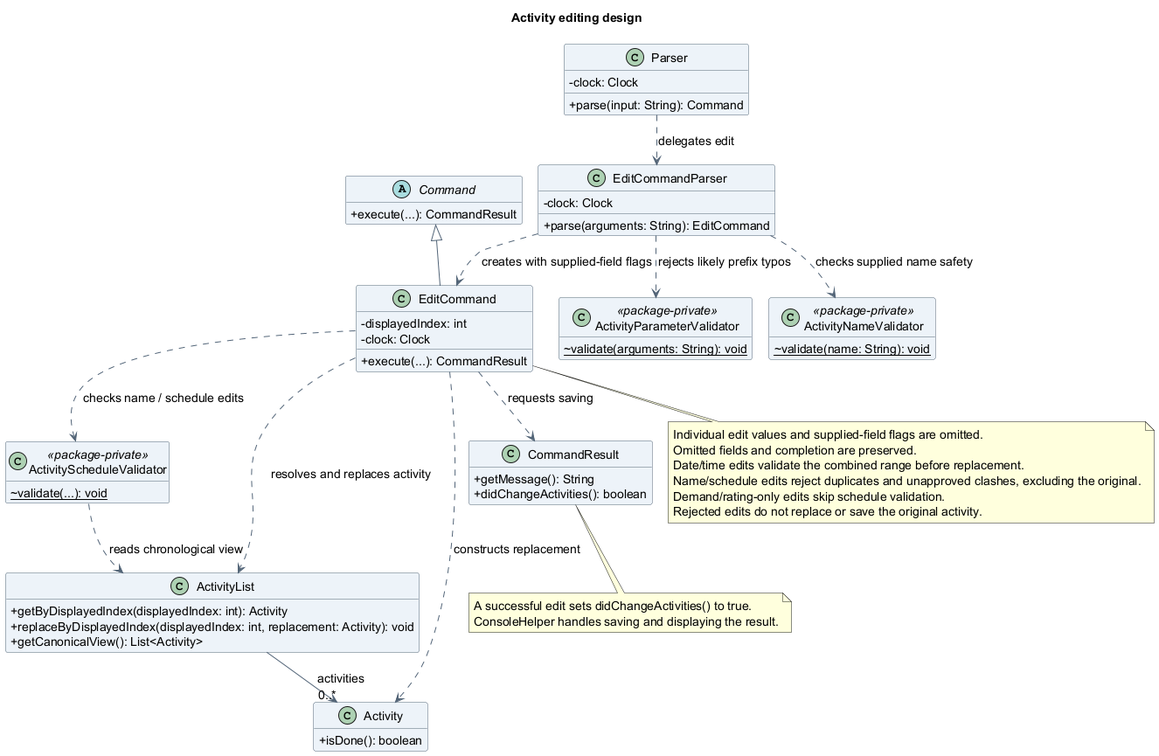
AY2627S1-CS2113-T10-4/tp keeps this PlantUML diagram as docs/images/oliver/class/EditActivityClassDiagram.png. Above is the earlier version.
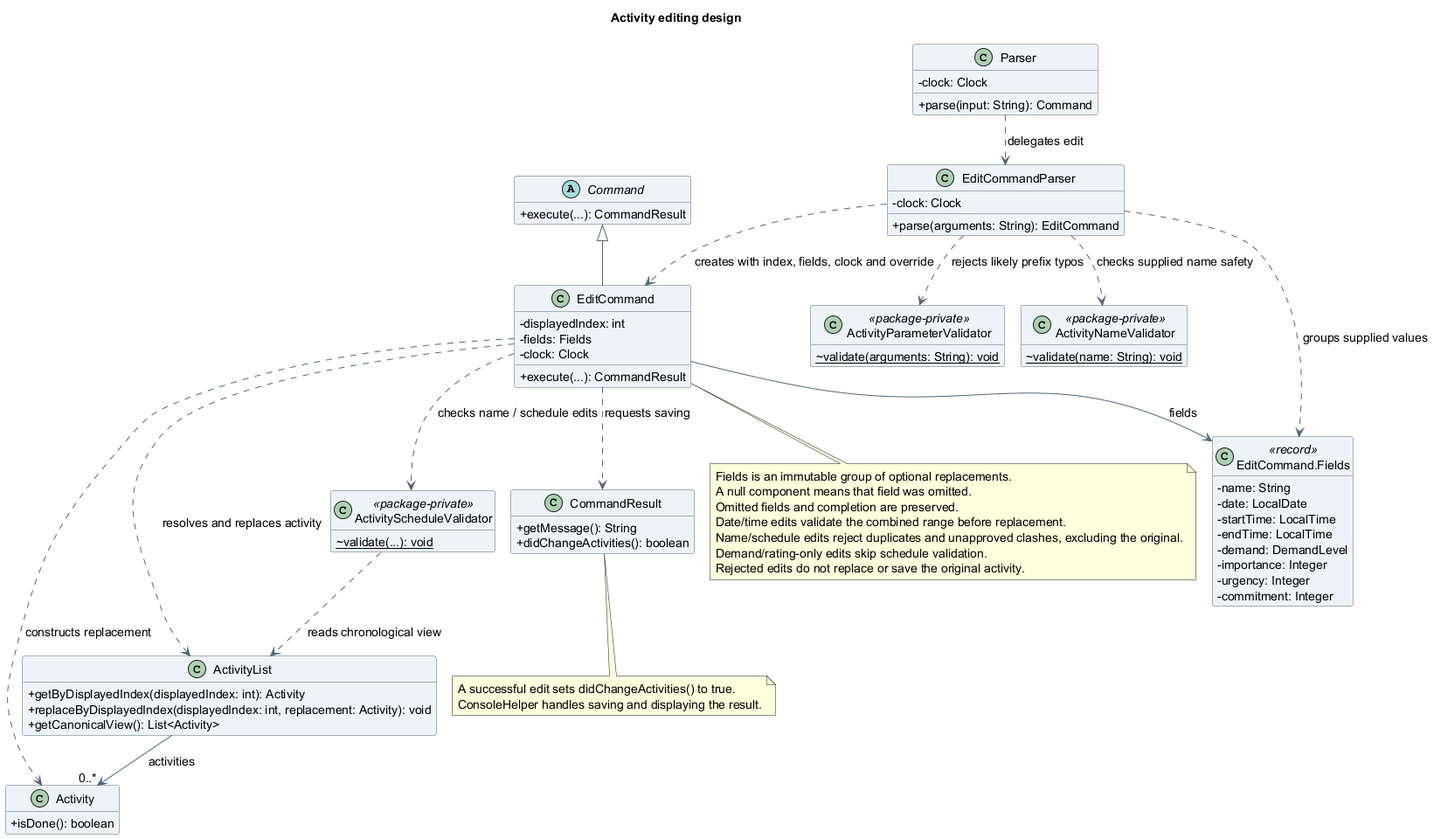
Above is the later version.

Diff of the diagram source:
```diff
@@ -24,8 +24,19 @@
 }
 class EditCommand {
   -displayedIndex: int
+  -fields: Fields
   -clock: Clock
   +execute(...): CommandResult
+}
+class "EditCommand.Fields" as EditFields <<record>> {
+  -name: String
+  -date: LocalDate
+  -startTime: LocalTime
+  -endTime: LocalTime
+  -demand: DemandLevel
+  -importance: Integer
+  -urgency: Integer
+  -commitment: Integer
 }
 class ActivityParameterValidator <<package-private>> {
   {static} ~validate(arguments: String): void
@@ -51,7 +62,9 @@
 
 Command <|-- EditCommand
 Parser ..> EditCommandParser : delegates edit
-EditCommandParser ..> EditCommand : creates with supplied-field flags
+EditCommandParser ..> EditCommand : creates with index, fields, clock and override
+EditCommandParser ..> EditFields : groups supplied values
+EditCommand --> EditFields : fields
 EditCommandParser ..> ActivityNameValidator : checks supplied name safety
 EditCommandParser ..> ActivityParameterValidator : rejects likely prefix typos
 EditCommand ..> ActivityScheduleValidator : checks name / schedule edits
@@ -62,7 +75,8 @@
 ActivityList --> "0..*" Activity : activities
 
 note bottom of EditCommand
-  Individual edit values and supplied-field flags are omitted.
+  Fields is an immutable group of optional replacements.
+  A null component means that field was omitted.
   Omitted fields and completion are preserved.
   Date/time edits validate the combined range before replacement.
   Name/schedule edits reject duplicates and unapproved clashes, excluding the original.
```
